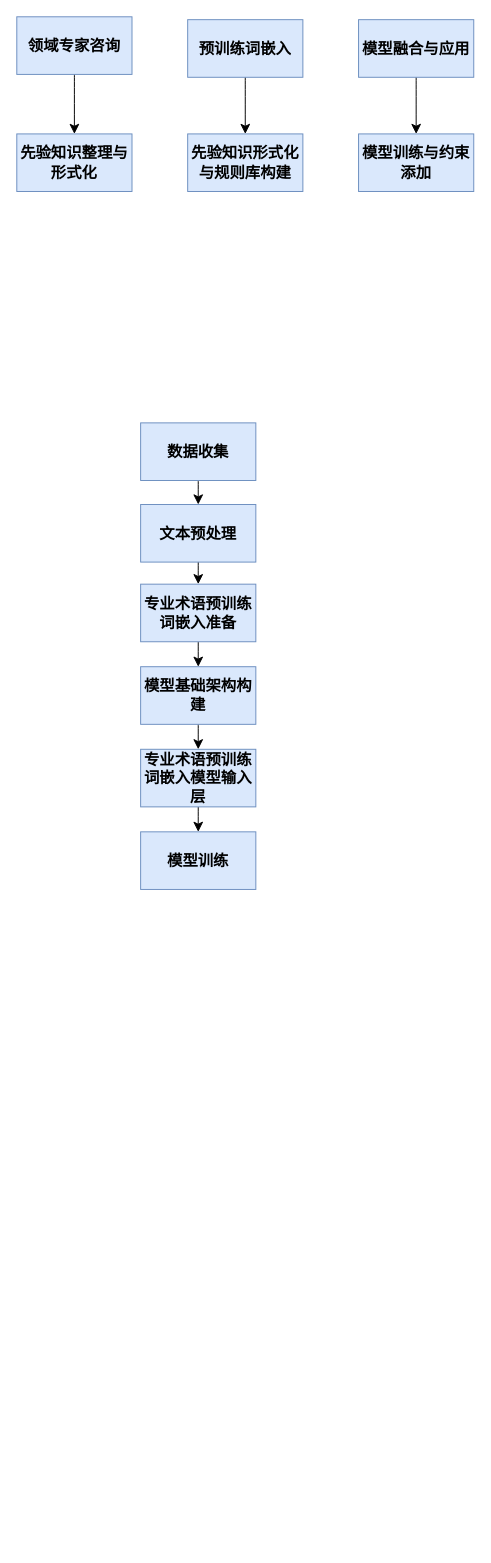
Before: page "技术方案" (2 of 2) of 未命名绘图.drawio in nexttime8/proj1_230926, a draw.io diagram. Source tidied: cells renumbered, new cells numbered last; positions are measured from the earlier drawing's top-left corner, leaving out a move shared by most shapes. Both pictures are drawn from the tidied source at 96%, with x=0, y=0 at pixel (16, 16).
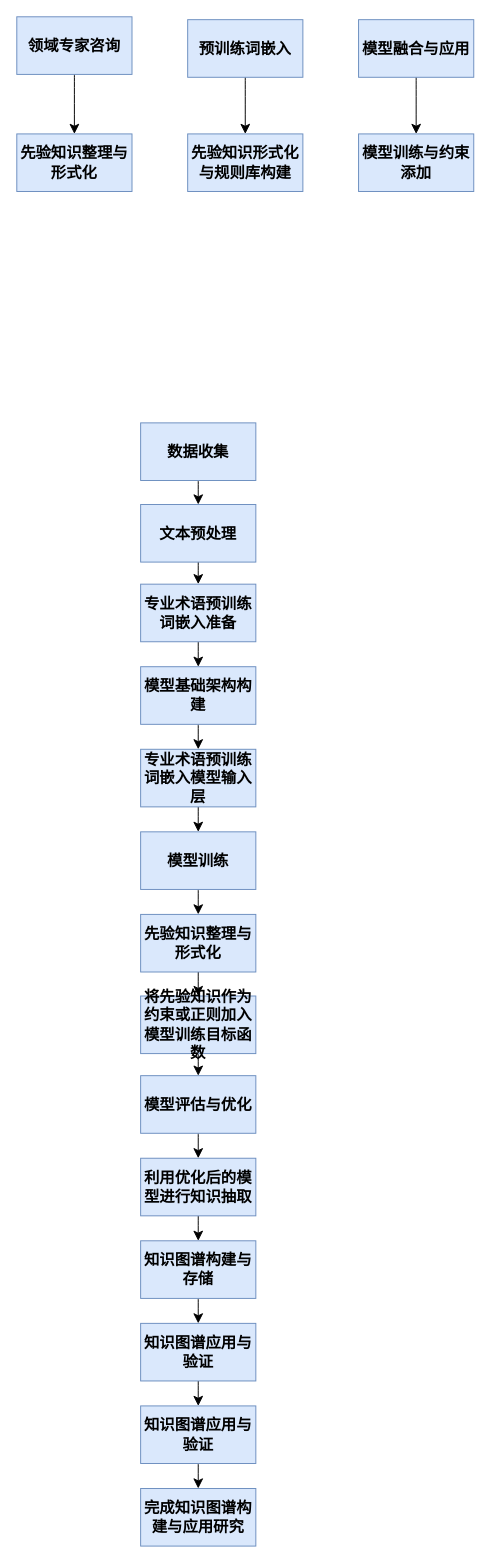
The same diagram, later.

Commit message (it also covers changes not shown here):
更新未命名绘图.drawio

The change refers to these unchanged cells:
```xml
<mxCell id="15" value="&lt;font style=&quot;font-size: 16px;&quot;&gt;&lt;b&gt;模型训练&lt;/b&gt;&lt;/font&gt;" style="rounded=0;whiteSpace=wrap;html=1;fillColor=#dae8fc;strokeColor=#6c8ebf;" parent="1" vertex="1">
  <mxGeometry x="129" y="849" width="120" height="60" as="geometry" />
</mxCell>
```

What changed in the source:
```diff
@@
+    <mxCell id="22" style="edgeStyle=none;curved=1;rounded=0;jettySize=auto;html=1;exitX=0.5;exitY=1;exitDx=0;exitDy=0;entryX=0.5;entryY=0;entryDx=0;entryDy=0;fontSize=12;startSize=8;endSize=8;" parent="1" edge="1" source="15" target="24">
+      <mxGeometry relative="1" as="geometry" />
+    </mxCell>
@@
+    <mxCell id="23" style="edgeStyle=none;curved=1;rounded=0;jettySize=auto;html=1;exitX=0.5;exitY=1;exitDx=0;exitDy=0;fontSize=12;startSize=8;endSize=8;" parent="1" edge="1" source="24">
+      <mxGeometry relative="1" as="geometry">
+        <mxPoint x="189" y="1020" as="targetPoint" />
+      </mxGeometry>
+    </mxCell>
+    <mxCell id="24" value="&lt;font style=&quot;font-size: 16px;&quot;&gt;&lt;b&gt;先验知识整理与形式化&lt;/b&gt;&lt;/font&gt;" style="rounded=0;whiteSpace=wrap;html=1;fillColor=#dae8fc;strokeColor=#6c8ebf;" parent="1" vertex="1">
+      <mxGeometry x="129" y="935" width="120" height="60" as="geometry" />
+    </mxCell>
+    <mxCell id="25" style="edgeStyle=none;curved=1;rounded=0;jettySize=auto;html=1;exitX=0.5;exitY=1;exitDx=0;exitDy=0;entryX=0.5;entryY=0;entryDx=0;entryDy=0;fontSize=12;startSize=8;endSize=8;" parent="1" edge="1" source="26" target="34">
+      <mxGeometry relative="1" as="geometry" />
+    </mxCell>
+    <mxCell id="26" value="&lt;font style=&quot;font-size: 16px;&quot;&gt;&lt;b&gt;将先验知识作为约束或正则加入模型训练目标函数&lt;/b&gt;&lt;/font&gt;" style="rounded=0;whiteSpace=wrap;html=1;fillColor=#dae8fc;strokeColor=#6c8ebf;" parent="1" vertex="1">
+      <mxGeometry x="129" y="1020" width="120" height="60" as="geometry" />
+    </mxCell>
+    <mxCell id="27" style="edgeStyle=none;curved=1;rounded=0;jettySize=auto;html=1;exitX=0.5;exitY=1;exitDx=0;exitDy=0;entryX=0.5;entryY=0;entryDx=0;entryDy=0;fontSize=12;startSize=8;endSize=8;" parent="1" edge="1" source="28" target="36">
+      <mxGeometry relative="1" as="geometry" />
+    </mxCell>
+    <mxCell id="28" value="&lt;font style=&quot;font-size: 16px;&quot;&gt;&lt;b&gt;知识图谱应用与验证&lt;/b&gt;&lt;/font&gt;" style="rounded=0;whiteSpace=wrap;html=1;fillColor=#dae8fc;strokeColor=#6c8ebf;" parent="1" vertex="1">
+      <mxGeometry x="129" y="1361" width="120" height="60" as="geometry" />
+    </mxCell>
+    <mxCell id="29" style="edgeStyle=none;curved=1;rounded=0;jettySize=auto;html=1;exitX=0.5;exitY=1;exitDx=0;exitDy=0;entryX=0.5;entryY=0;entryDx=0;entryDy=0;fontSize=12;startSize=8;endSize=8;" parent="1" edge="1" source="30" target="28">
+      <mxGeometry relative="1" as="geometry" />
+    </mxCell>
+    <mxCell id="30" value="&lt;font style=&quot;font-size: 16px;&quot;&gt;&lt;b&gt;知识图谱构建与存储&lt;/b&gt;&lt;/font&gt;" style="rounded=0;whiteSpace=wrap;html=1;fillColor=#dae8fc;strokeColor=#6c8ebf;" parent="1" vertex="1">
+      <mxGeometry x="129" y="1275" width="120" height="60" as="geometry" />
+    </mxCell>
+    <mxCell id="31" style="edgeStyle=none;curved=1;rounded=0;jettySize=auto;html=1;exitX=0.5;exitY=1;exitDx=0;exitDy=0;entryX=0.5;entryY=0;entryDx=0;entryDy=0;fontSize=12;startSize=8;endSize=8;" parent="1" edge="1" source="32" target="30">
+      <mxGeometry relative="1" as="geometry" />
+    </mxCell>
+    <mxCell id="32" value="&lt;span style=&quot;font-size: 16px;&quot;&gt;&lt;b&gt;利用优化后的模型进行知识抽取&lt;/b&gt;&lt;/span&gt;" style="rounded=0;whiteSpace=wrap;html=1;fillColor=#dae8fc;strokeColor=#6c8ebf;" parent="1" vertex="1">
+      <mxGeometry x="129" y="1189" width="120" height="60" as="geometry" />
+    </mxCell>
+    <mxCell id="33" style="edgeStyle=none;curved=1;rounded=0;jettySize=auto;html=1;exitX=0.5;exitY=1;exitDx=0;exitDy=0;entryX=0.5;entryY=0;entryDx=0;entryDy=0;fontSize=12;startSize=8;endSize=8;" parent="1" edge="1" source="34" target="32">
+      <mxGeometry relative="1" as="geometry" />
+    </mxCell>
+    <mxCell id="34" value="&lt;font style=&quot;font-size: 16px;&quot;&gt;&lt;b&gt;模型评估与优化&lt;/b&gt;&lt;/font&gt;" style="rounded=0;whiteSpace=wrap;html=1;fillColor=#dae8fc;strokeColor=#6c8ebf;" parent="1" vertex="1">
+      <mxGeometry x="129" y="1103" width="120" height="60" as="geometry" />
+    </mxCell>
+    <mxCell id="35" style="edgeStyle=none;curved=1;rounded=0;jettySize=auto;html=1;exitX=0.5;exitY=1;exitDx=0;exitDy=0;entryX=0.5;entryY=0;entryDx=0;entryDy=0;fontSize=12;startSize=8;endSize=8;" parent="1" edge="1" source="36" target="37">
+      <mxGeometry relative="1" as="geometry" />
+    </mxCell>
+    <mxCell id="36" value="&lt;font style=&quot;font-size: 16px;&quot;&gt;&lt;b&gt;知识图谱应用与验证&lt;/b&gt;&lt;/font&gt;" style="rounded=0;whiteSpace=wrap;html=1;fillColor=#dae8fc;strokeColor=#6c8ebf;" parent="1" vertex="1">
+      <mxGeometry x="129" y="1447" width="120" height="60" as="geometry" />
+    </mxCell>
+    <mxCell id="37" value="&lt;font style=&quot;font-size: 16px;&quot;&gt;&lt;b&gt;完成知识图谱构建与应用研究&lt;/b&gt;&lt;/font&gt;" style="rounded=0;whiteSpace=wrap;html=1;fillColor=#dae8fc;strokeColor=#6c8ebf;" parent="1" vertex="1">
+      <mxGeometry x="129" y="1533" width="120" height="60" as="geometry" />
+    </mxCell>
```
